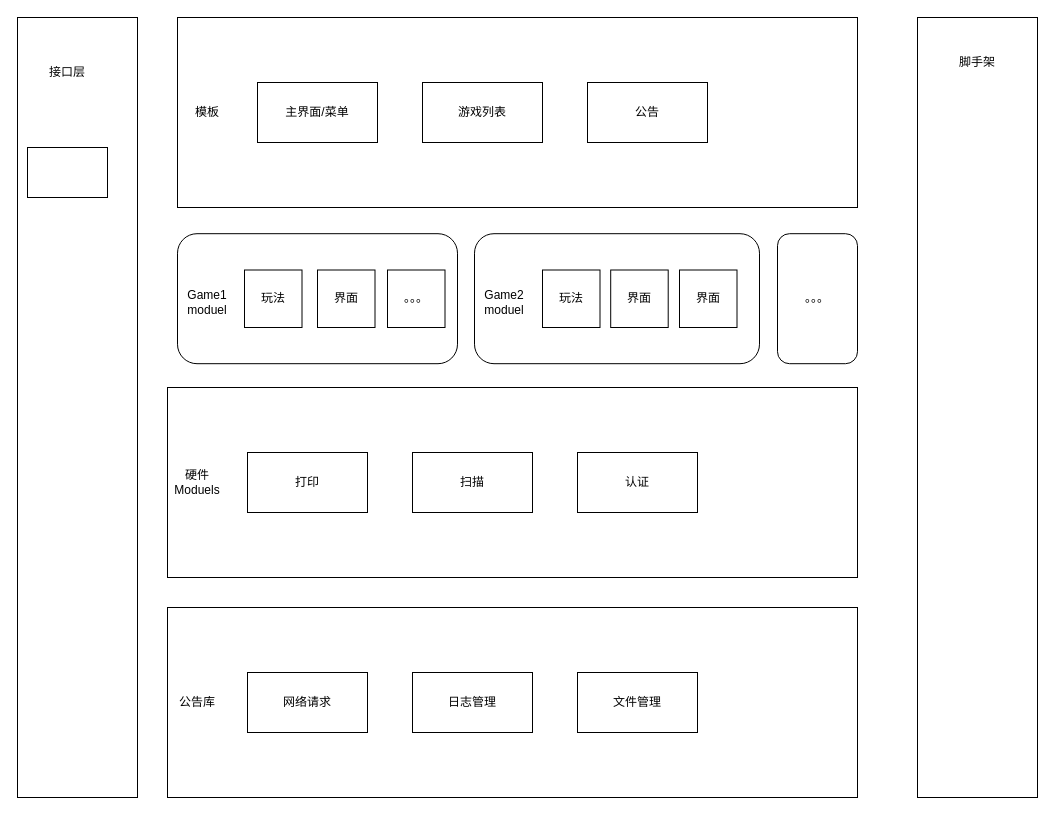
The draw.io diagram 未命名绘图.drawio in metre/images, before the edit. Source tidied: cells renumbered, new cells numbered last; positions are measured from the earlier drawing's top-left corner, leaving out a move shared by most shapes. Both pictures are drawn from the tidied source at 100%, with x=0, y=0 at pixel (17, 17).
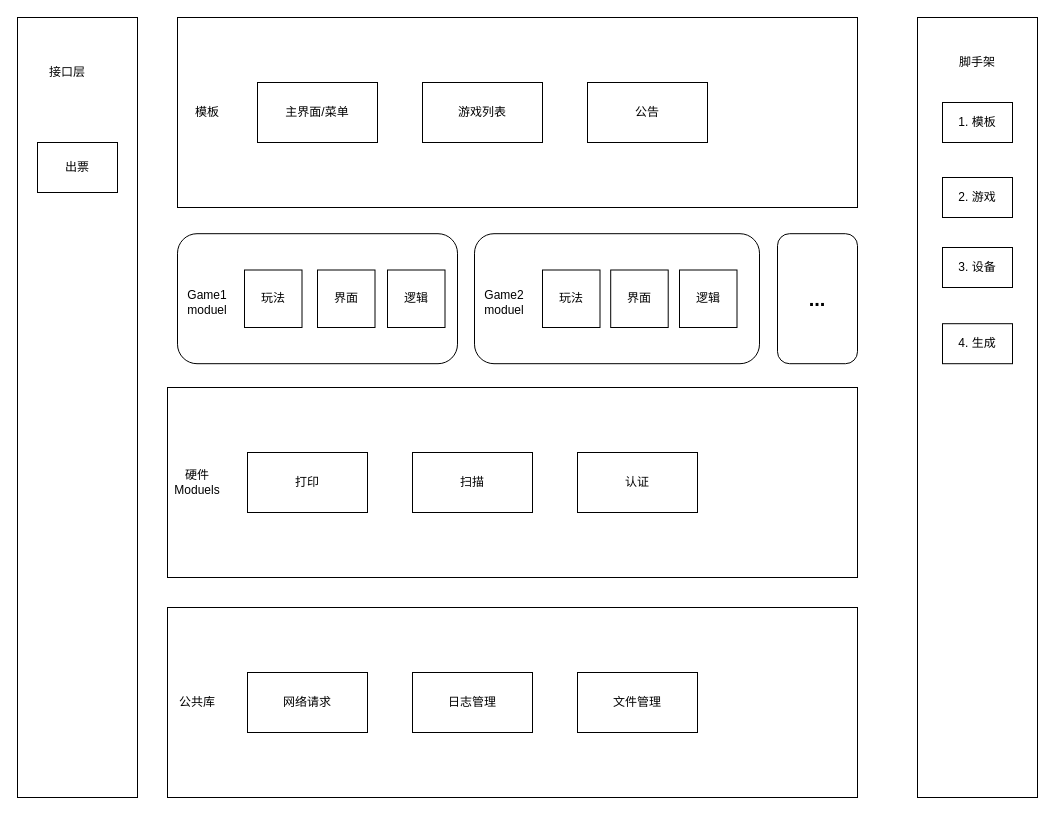
After the change.

Commit message (it also covers changes not shown here):
更新未命名绘图.drawio

Diff of the diagram source:
```diff
@@
-    <mxCell id="7" value="公告库" style="text;html=1;strokeColor=none;fillColor=none;align=center;verticalAlign=middle;whiteSpace=wrap;rounded=0;" parent="1" vertex="1">
+    <mxCell id="7" value="公共库" style="text;html=1;strokeColor=none;fillColor=none;align=center;verticalAlign=middle;whiteSpace=wrap;rounded=0;" parent="1" vertex="1">
       <mxGeometry x="150" y="670" width="60" height="30" as="geometry" />
     </mxCell>
@@
-    <mxCell id="11" value="。。。" style="whiteSpace=wrap;html=1;" parent="1" vertex="1">
+    <mxCell id="11" value="逻辑" style="whiteSpace=wrap;html=1;" parent="1" vertex="1">
       <mxGeometry x="370" y="252.5" width="57.5" height="57.5" as="geometry" />
     </mxCell>
@@
-    <mxCell id="23" value="界面" style="whiteSpace=wrap;html=1;" parent="1" vertex="1">
+    <mxCell id="23" value="逻辑" style="whiteSpace=wrap;html=1;" parent="1" vertex="1">
       <mxGeometry x="662" y="252.5" width="57.5" height="57.5" as="geometry" />
     </mxCell>
@@
-    <mxCell id="31" style="rounded=0;whiteSpace=wrap;html=1;" parent="1" vertex="1">
-      <mxGeometry x="10" y="130" width="80" height="50" as="geometry" />
+    <mxCell id="31" value="出票" style="rounded=0;whiteSpace=wrap;html=1;" parent="1" vertex="1">
+      <mxGeometry x="20" y="125" width="80" height="50" as="geometry" />
     </mxCell>
-    <mxCell id="32" value="。。。" style="rounded=1;whiteSpace=wrap;html=1;" parent="1" vertex="1">
+    <mxCell id="32" value="..." style="rounded=1;whiteSpace=wrap;html=1;fontStyle=1;fontSize=20;" parent="1" vertex="1">
       <mxGeometry x="760" y="216.2" width="80" height="130" as="geometry" />
     </mxCell>
+    <mxCell id="33" value="1. 模板" style="rounded=0;whiteSpace=wrap;html=1;" parent="1" vertex="1">
+      <mxGeometry x="925" y="85" width="70" height="40" as="geometry" />
+    </mxCell>
+    <mxCell id="34" value="2. 游戏" style="rounded=0;whiteSpace=wrap;html=1;" parent="1" vertex="1">
+      <mxGeometry x="925" y="160" width="70" height="40" as="geometry" />
+    </mxCell>
+    <mxCell id="35" value="3. 设备" style="rounded=0;whiteSpace=wrap;html=1;" parent="1" vertex="1">
+      <mxGeometry x="925" y="230" width="70" height="40" as="geometry" />
+    </mxCell>
+    <mxCell id="36" value="4. 生成" style="rounded=0;whiteSpace=wrap;html=1;" parent="1" vertex="1">
+      <mxGeometry x="925" y="306.2" width="70" height="40" as="geometry" />
+    </mxCell>
```
